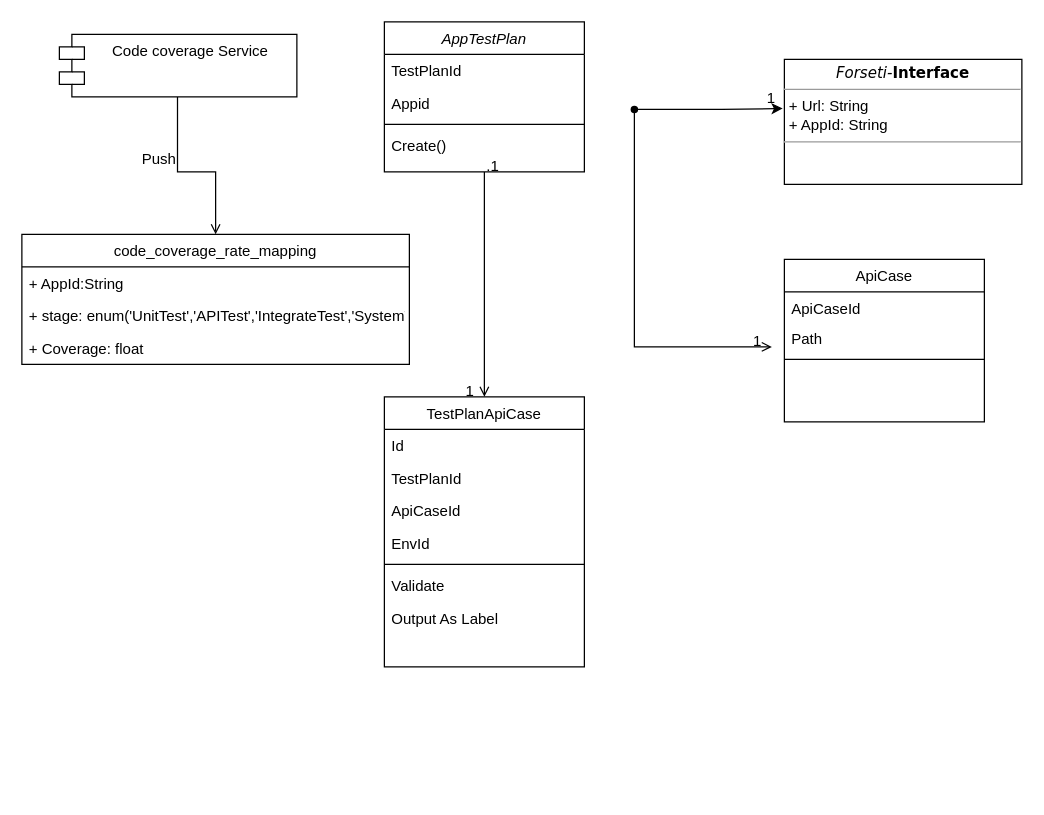
This is Untitled Diagram.drawio from davidwangxiaolei/metersphere, a draw.io file, before an edit. Source tidied: cells renumbered, new cells numbered last; positions are measured from the earlier drawing's top-left corner, leaving out a move shared by most shapes. Both pictures are drawn from the tidied source at 125%, with x=0, y=0 at pixel (21, 21).
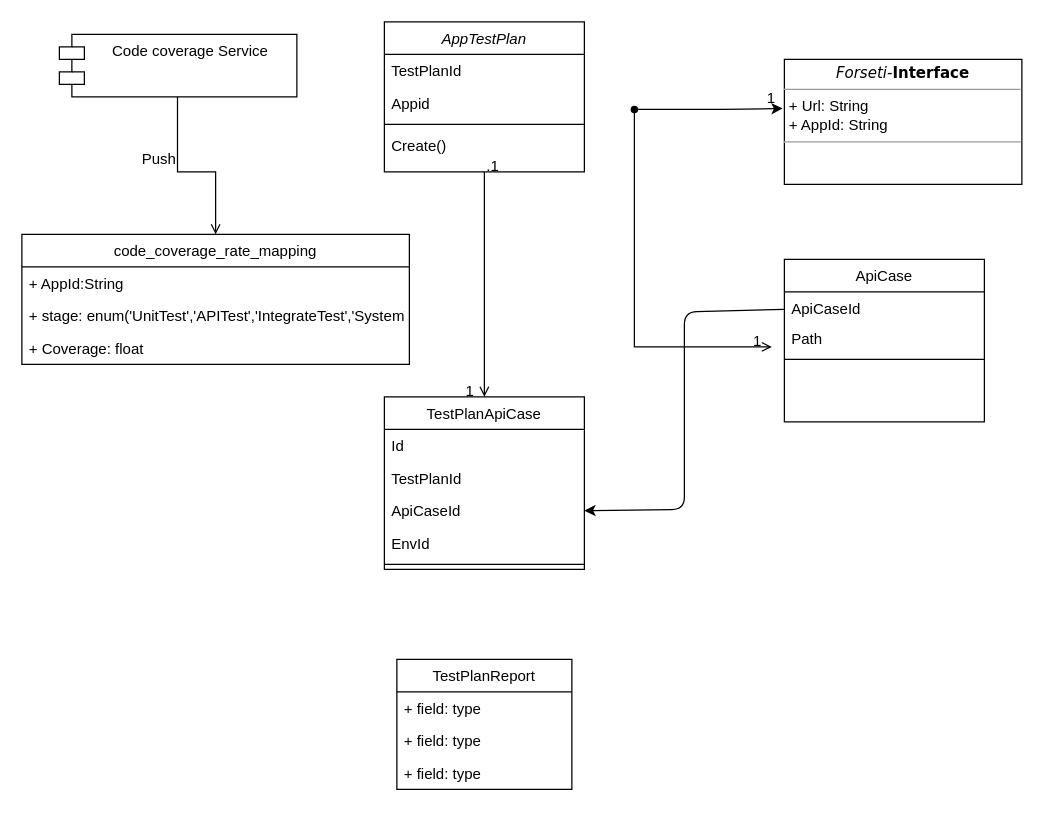
The same diagram, later.

Unchanged cells that the change refers to:
```xml
<mxCell id="10" value="ApiCaseId" style="text;align=left;verticalAlign=top;spacingLeft=4;spacingRight=4;overflow=hidden;points=[[0,0.5],[1,0.5]];portConstraint=eastwest;rounded=0;shadow=0;html=0;" parent="7" vertex="1">
  <mxGeometry y="78" width="160" height="26" as="geometry" />
</mxCell>
<mxCell id="20" value="ApiCaseId" style="text;align=left;verticalAlign=top;spacingLeft=4;spacingRight=4;overflow=hidden;points=[[0,0.5],[1,0.5]];portConstraint=eastwest;" parent="19" vertex="1">
  <mxGeometry y="26" width="160" height="24" as="geometry" />
</mxCell>
```

Diff of the diagram source:
```diff
@@
     <mxCell id="7" value="TestPlanApiCase" style="swimlane;fontStyle=0;align=center;verticalAlign=top;horizontal=1;startSize=26;rounded=0;shadow=0;strokeWidth=1;" parent="1" vertex="1">
-      <mxGeometry x="290" y="300" width="160" height="216" as="geometry" />
+      <mxGeometry x="290" y="300" width="160" height="138" as="geometry" />
     </mxCell>
@@
-    <mxCell id="13" value="Validate" style="text;align=left;verticalAlign=top;spacingLeft=4;spacingRight=4;overflow=hidden;" parent="7" vertex="1">
-      <mxGeometry y="138" width="160" height="26" as="geometry" />
-    </mxCell>
-    <mxCell id="14" value="Output As Label" style="text;align=left;verticalAlign=top;spacingLeft=4;spacingRight=4;overflow=hidden;" parent="7" vertex="1">
-      <mxGeometry y="164" width="160" height="26" as="geometry" />
-    </mxCell>
@@
+    <mxCell id="36" value="TestPlanReport" style="swimlane;fontStyle=0;horizontal=1;startSize=26;fillColor=none;" parent="1" vertex="1">
+      <mxGeometry x="300" y="510" width="140" height="104" as="geometry" />
+    </mxCell>
+    <mxCell id="37" value="+ field: type" style="text;strokeColor=none;fillColor=none;align=left;verticalAlign=top;spacingLeft=4;spacingRight=4;overflow=hidden;" parent="36" vertex="1">
+      <mxGeometry y="26" width="140" height="26" as="geometry" />
+    </mxCell>
+    <mxCell id="38" value="+ field: type" style="text;strokeColor=none;fillColor=none;align=left;verticalAlign=top;spacingLeft=4;spacingRight=4;overflow=hidden;" parent="36" vertex="1">
+      <mxGeometry y="52" width="140" height="26" as="geometry" />
+    </mxCell>
+    <mxCell id="39" value="+ field: type" style="text;strokeColor=none;fillColor=none;align=left;verticalAlign=top;spacingLeft=4;spacingRight=4;overflow=hidden;" parent="36" vertex="1">
+      <mxGeometry y="78" width="140" height="26" as="geometry" />
+    </mxCell>
+    <mxCell id="40" style="endArrow=classic;html=1;entryX=1;entryY=0.5;entryDx=0;entryDy=0;" parent="1" edge="1" source="20" target="10">
+      <mxGeometry relative="1" as="geometry">
+        <Array as="points">
+          <mxPoint x="530" y="232" />
+          <mxPoint x="530" y="390" />
+        </Array>
+      </mxGeometry>
+    </mxCell>
```
